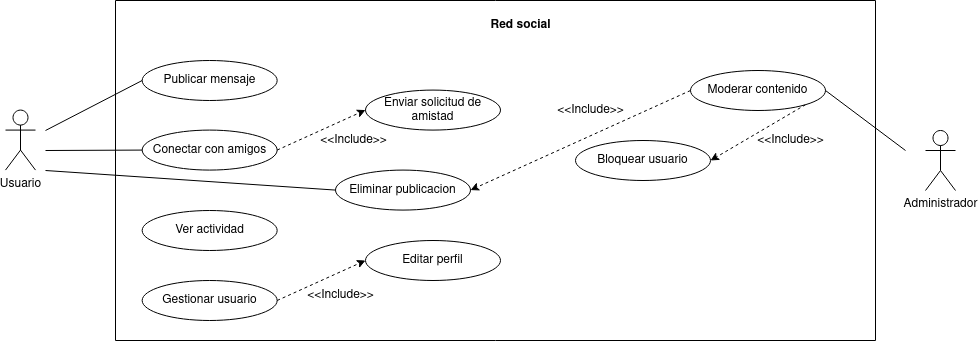
The draw.io diagram diagramas de comportamiento/Red social.png in Chugani05/entorno_de_desarrollo, before a commit. Source tidied: cells renumbered, new cells last; positions are measured from the earlier drawing's top-left corner, leaving out a move shared by most shapes.
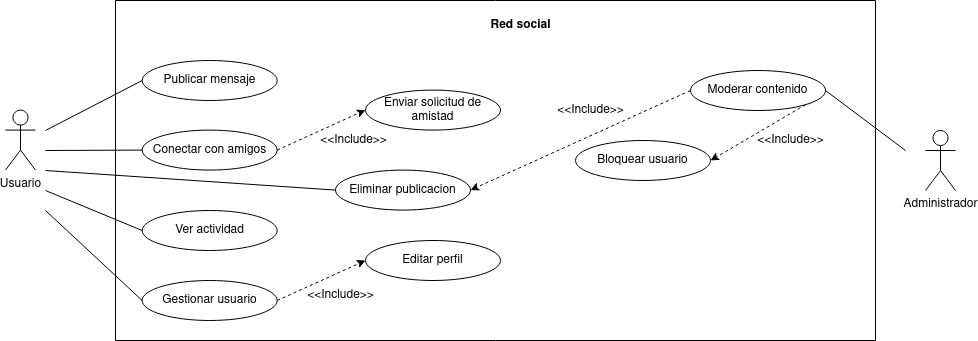
The same diagram one commit later.

Change to the diagram source:
```diff
@@ -91,5 +91,15 @@
     <mxCell id="27" value="Usuario" style="shape=umlActor;verticalLabelPosition=bottom;verticalAlign=top;html=1;fontStyle=0;" parent="1" vertex="1">
       <mxGeometry y="109.6" width="30" height="60" as="geometry" />
     </mxCell>
+    <mxCell id="28" style="endArrow=none;html=1;rounded=0;entryX=0;entryY=0.5;entryDx=0;entryDy=0;" parent="1" edge="1" target="9">
+      <mxGeometry relative="1" as="geometry">
+        <mxPoint x="40" y="190" as="sourcePoint" />
+      </mxGeometry>
+    </mxCell>
+    <mxCell id="29" style="endArrow=none;html=1;rounded=0;entryX=0;entryY=0.5;entryDx=0;entryDy=0;" parent="1" edge="1" target="14">
+      <mxGeometry relative="1" as="geometry">
+        <mxPoint x="40" y="210" as="sourcePoint" />
+      </mxGeometry>
+    </mxCell>
   </root>
 </mxGraphModel>
```
